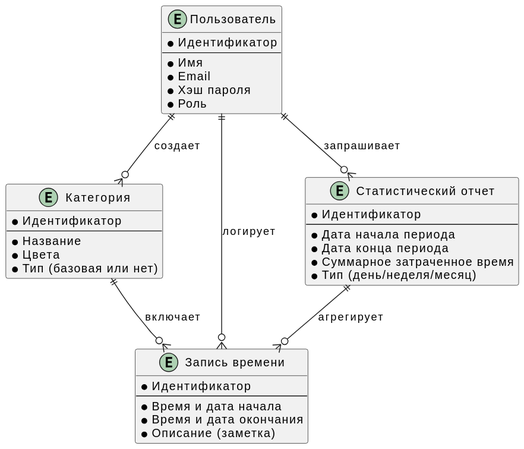
da-fuu/IU7_7sem_Web keeps this PlantUML diagram as docs/er.svg. Above is the earlier version.
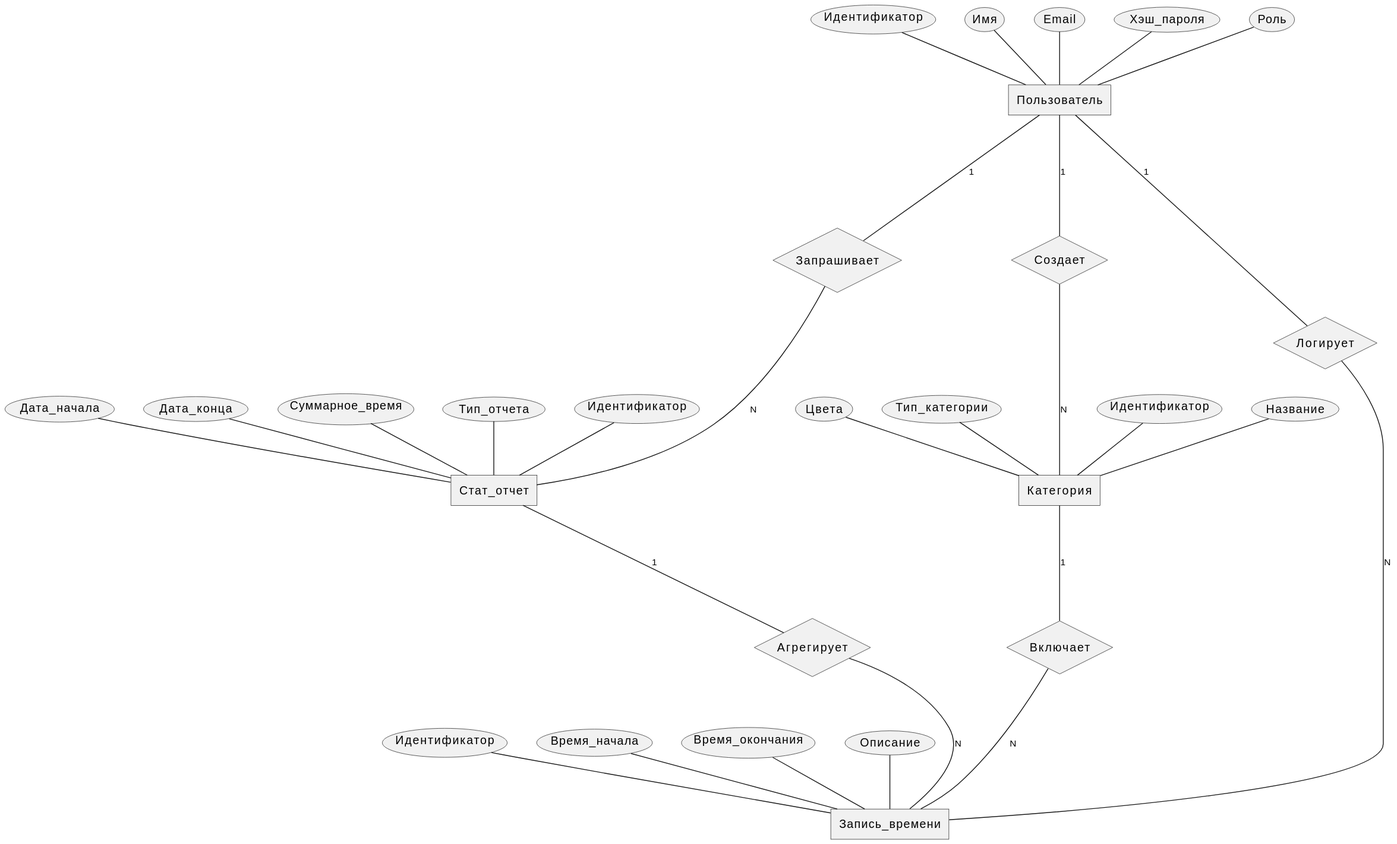
The same diagram one commit later.

Change to the diagram source:
```diff
@@ -1,42 +1,63 @@
-@startuml
-entity "Пользователь" as user {
-  * Идентификатор
-  --
-  * Имя
-  * Email
-  * Хэш пароля
-  * Роль
+@startchen
+
+entity Пользователь {
+  Идентификатор
+  Имя
+  Email
+  Хэш_пароля
+  Роль
 }
 
-entity "Категория" as category {
-  * Идентификатор
-  --
-  * Название
-  * Цвета
-  * Тип (базовая или нет)
+entity Категория {
+  Идентификатор
+  Название
+  Цвета
+  Тип_категории
 }
 
-entity "Запись времени" as record {
-  * Идентификатор
-  --
-  * Время и дата начала
-  * Время и дата окончания
-  * Описание (заметка)
+entity Запись_времени {
+  Идентификатор
+  Время_начала
+  Время_окончания
+  Описание
 }
 
-entity "Статистический отчет" as report {
-  * Идентификатор
-  --
-  * Дата начала периода
-  * Дата конца периода
-  * Суммарное затраченное время
-  * Тип (день/неделя/месяц)
+entity Стат_отчет {
+  Идентификатор
+  Дата_начала
+  Дата_конца
+  Суммарное_время
+  Тип_отчета
 }
 
-user ||--o{ category : "создает"
-user ||--o{ record : "логирует"
-user ||--o{ report : "запрашивает"
+relationship Создает {
+}
 
-category ||--o{ record : "включает"
-report ||--o{ record : "агрегирует"
-@enduml
+relationship Логирует {
+}
+
+relationship Запрашивает {
+}
+
+relationship Включает {
+}
+
+relationship Агрегирует {
+}
+
+Пользователь -1- Создает
+Создает -N- Категория
+
+Пользователь -1- Логирует
+Логирует -N- Запись_времени
+
+Пользователь -1- Запрашивает
+Запрашивает -N- Стат_отчет
+
+Категория -1- Включает
+Включает -N- Запись_времени
+
+Стат_отчет -1- Агрегирует
+Агрегирует -N- Запись_времени
+
+@endchen
```
